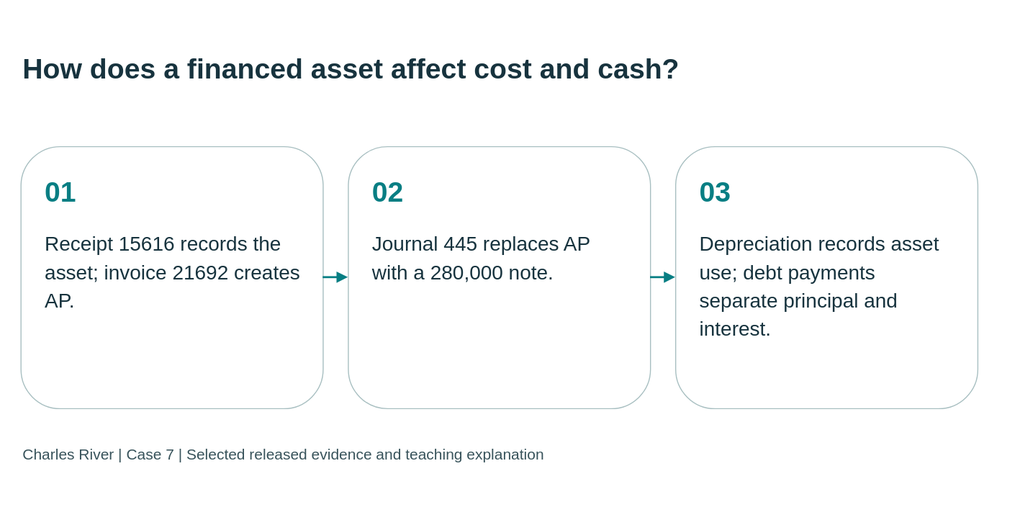
The draw.io diagram static/diagrams/cases/case07-asset.svg in mmcodesso/CharlesRiver_Database, before a commit. Source tidied: cells renumbered, new cells last; positions are measured from the earlier drawing's top-left corner, leaving out a move shared by most shapes. Its diagram source:
```xml
<mxGraphModel background="#f5f5ee">
  <root>
    <mxCell id="0" />
    <mxCell id="1" parent="0" />
    <mxCell id="2" value="How does a financed asset affect cost and cash?" style="text;html=0;strokeColor=none;fillColor=none;align=left;verticalAlign=middle;whiteSpace=wrap;fontSize=28;fontStyle=1;fontColor=#17333e;fontFamily=Arial;" parent="1" vertex="1">
      <mxGeometry width="950" height="95" as="geometry" />
    </mxCell>
    <mxCell id="3" value="&lt;div style=&quot;font-size:28px;color:#087e83;font-weight:bold;margin-bottom:20px&quot;&gt;01&lt;/div&gt;&lt;div style=&quot;font-size:20px;line-height:1.4&quot;&gt;Receipt 15616 records the asset; invoice 21692 creates AP.&lt;/div&gt;" style="rounded=1;whiteSpace=wrap;html=1;fillColor=#ffffff;strokeColor=#a8bfc1;fontColor=#17333e;align=left;verticalAlign=top;spacing=24;fontFamily=Arial;fontSize=20;" parent="1" vertex="1">
      <mxGeometry y="125" width="300" height="260" as="geometry" />
    </mxCell>
    <mxCell id="4" value="&lt;div style=&quot;font-size:28px;color:#087e83;font-weight:bold;margin-bottom:20px&quot;&gt;02&lt;/div&gt;&lt;div style=&quot;font-size:20px;line-height:1.4&quot;&gt;Journal 445 replaces AP with a 280,000 note.&lt;/div&gt;" style="rounded=1;whiteSpace=wrap;html=1;fillColor=#ffffff;strokeColor=#a8bfc1;fontColor=#17333e;align=left;verticalAlign=top;spacing=24;fontFamily=Arial;fontSize=20;" parent="1" vertex="1">
      <mxGeometry x="325" y="125" width="300" height="260" as="geometry" />
    </mxCell>
    <mxCell id="5" value="&lt;div style=&quot;font-size:28px;color:#087e83;font-weight:bold;margin-bottom:20px&quot;&gt;03&lt;/div&gt;&lt;div style=&quot;font-size:20px;line-height:1.4&quot;&gt;Depreciation records asset use; debt payments separate principal and interest.&lt;/div&gt;" style="rounded=1;whiteSpace=wrap;html=1;fillColor=#ffffff;strokeColor=#a8bfc1;fontColor=#17333e;align=left;verticalAlign=top;spacing=24;fontFamily=Arial;fontSize=20;" parent="1" vertex="1">
      <mxGeometry x="650" y="125" width="300" height="260" as="geometry" />
    </mxCell>
    <mxCell id="6" style="edgeStyle=orthogonalEdgeStyle;rounded=0;html=1;endArrow=block;endFill=1;strokeColor=#087e83;strokeWidth=2;" parent="1" edge="1" source="3" target="4">
      <mxGeometry relative="1" as="geometry" />
    </mxCell>
    <mxCell id="7" style="edgeStyle=orthogonalEdgeStyle;rounded=0;html=1;endArrow=block;endFill=1;strokeColor=#087e83;strokeWidth=2;" parent="1" edge="1" source="4" target="5">
      <mxGeometry relative="1" as="geometry" />
    </mxCell>
    <mxCell id="8" value="Charles River | Case 7 | Selected released evidence and teaching explanation" style="text;html=0;strokeColor=none;fillColor=none;align=left;fontSize=15;fontColor=#38535b;fontFamily=Arial;" parent="1" vertex="1">
      <mxGeometry y="415" width="950" height="35" as="geometry" />
    </mxCell>
  </root>
</mxGraphModel>
```
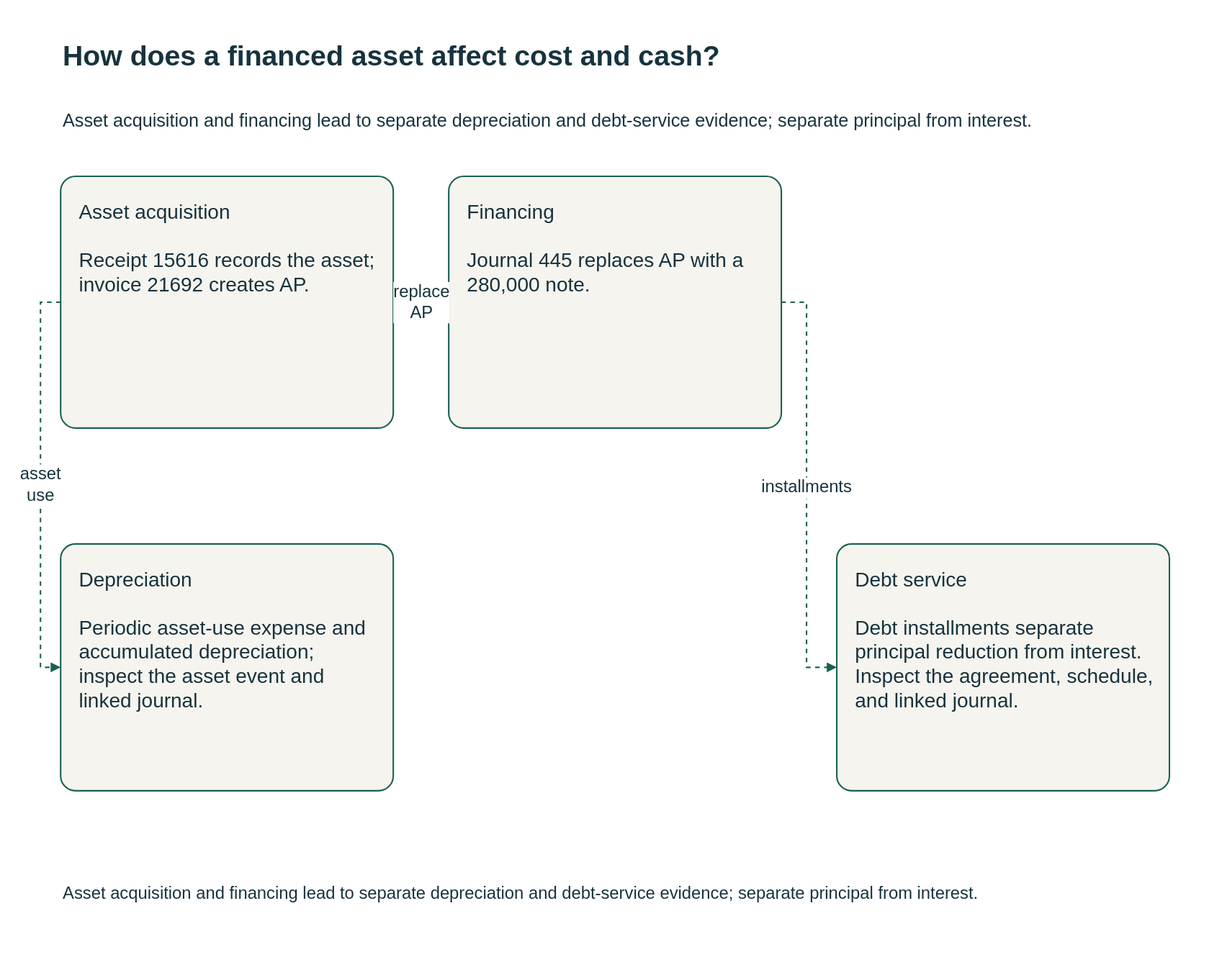
After the change.

The edit, as a diff of the source:
```diff
@@ -1,27 +1,46 @@
-<mxGraphModel background="#f5f5ee">
+<mxGraphModel background="#FFFFFF">
   <root>
     <mxCell id="0" />
     <mxCell id="1" parent="0" />
-    <mxCell id="2" value="How does a financed asset affect cost and cash?" style="text;html=0;strokeColor=none;fillColor=none;align=left;verticalAlign=middle;whiteSpace=wrap;fontSize=28;fontStyle=1;fontColor=#17333e;fontFamily=Arial;" parent="1" vertex="1">
-      <mxGeometry width="950" height="95" as="geometry" />
+    <mxCell id="2" value="How does a financed asset affect cost and cash?" style="html=0;fontFamily=Arial;fontSize=20;fontColor=#17333e;strokeColor=#196252;strokeWidth=1.5;whiteSpace=wrap;text;strokeColor=none;fillColor=none;align=left;verticalAlign=middle;fontSize=28;fontStyle=1;" parent="1" vertex="1">
+      <mxGeometry y="-10" width="1110" height="70" as="geometry" />
     </mxCell>
+    <mxCell id="9" value="Asset acquisition and financing lead to separate depreciation and debt-service evidence; separate principal from interest." style="html=0;fontFamily=Arial;fontSize=20;fontColor=#17333e;strokeColor=#196252;strokeWidth=1.5;whiteSpace=wrap;text;strokeColor=none;fillColor=none;align=left;verticalAlign=middle;fontSize=18;fontStyle=0;" parent="1" vertex="1">
+      <mxGeometry y="62" width="1110" height="55" as="geometry" />
+    </mxCell>
-    <mxCell id="3" value="&lt;div style=&quot;font-size:28px;color:#087e83;font-weight:bold;margin-bottom:20px&quot;&gt;01&lt;/div&gt;&lt;div style=&quot;font-size:20px;line-height:1.4&quot;&gt;Receipt 15616 records the asset; invoice 21692 creates AP.&lt;/div&gt;" style="rounded=1;whiteSpace=wrap;html=1;fillColor=#ffffff;strokeColor=#a8bfc1;fontColor=#17333e;align=left;verticalAlign=top;spacing=24;fontFamily=Arial;fontSize=20;" parent="1" vertex="1">
-      <mxGeometry y="125" width="300" height="260" as="geometry" />
+    <mxCell id="3" value="Asset acquisition&#10;&#10;Receipt 15616 records the asset; invoice 21692 creates AP." style="html=0;fontFamily=Arial;fontSize=20;fontColor=#17333e;strokeColor=#196252;strokeWidth=1.5;whiteSpace=wrap;rounded=1;arcSize=6;fillColor=#f6f4ee;align=left;verticalAlign=top;spacing=18;" parent="1" vertex="1">
+      <mxGeometry y="145" width="330" height="250" as="geometry" />
     </mxCell>
-    <mxCell id="4" value="&lt;div style=&quot;font-size:28px;color:#087e83;font-weight:bold;margin-bottom:20px&quot;&gt;02&lt;/div&gt;&lt;div style=&quot;font-size:20px;line-height:1.4&quot;&gt;Journal 445 replaces AP with a 280,000 note.&lt;/div&gt;" style="rounded=1;whiteSpace=wrap;html=1;fillColor=#ffffff;strokeColor=#a8bfc1;fontColor=#17333e;align=left;verticalAlign=top;spacing=24;fontFamily=Arial;fontSize=20;" parent="1" vertex="1">
-      <mxGeometry x="325" y="125" width="300" height="260" as="geometry" />
+    <mxCell id="4" value="Financing&#10;&#10;Journal 445 replaces AP with a 280,000 note." style="html=0;fontFamily=Arial;fontSize=20;fontColor=#17333e;strokeColor=#196252;strokeWidth=1.5;whiteSpace=wrap;rounded=1;arcSize=6;fillColor=#f6f4ee;align=left;verticalAlign=top;spacing=18;" parent="1" vertex="1">
+      <mxGeometry x="385" y="145" width="330" height="250" as="geometry" />
     </mxCell>
-    <mxCell id="5" value="&lt;div style=&quot;font-size:28px;color:#087e83;font-weight:bold;margin-bottom:20px&quot;&gt;03&lt;/div&gt;&lt;div style=&quot;font-size:20px;line-height:1.4&quot;&gt;Depreciation records asset use; debt payments separate principal and interest.&lt;/div&gt;" style="rounded=1;whiteSpace=wrap;html=1;fillColor=#ffffff;strokeColor=#a8bfc1;fontColor=#17333e;align=left;verticalAlign=top;spacing=24;fontFamily=Arial;fontSize=20;" parent="1" vertex="1">
-      <mxGeometry x="650" y="125" width="300" height="260" as="geometry" />
+    <mxCell id="5" value="Depreciation&#10;&#10;Periodic asset-use expense and accumulated depreciation; inspect the asset event and linked journal." style="html=0;fontFamily=Arial;fontSize=20;fontColor=#17333e;strokeColor=#196252;strokeWidth=1.5;whiteSpace=wrap;rounded=1;arcSize=6;fillColor=#f6f4ee;align=left;verticalAlign=top;spacing=18;" parent="1" vertex="1">
+      <mxGeometry y="510" width="330" height="245" as="geometry" />
     </mxCell>
+    <mxCell id="10" value="Debt service&#10;&#10;Debt installments separate principal reduction from interest. Inspect the agreement, schedule, and linked journal." style="html=0;fontFamily=Arial;fontSize=20;fontColor=#17333e;strokeColor=#196252;strokeWidth=1.5;whiteSpace=wrap;rounded=1;arcSize=6;fillColor=#f6f4ee;align=left;verticalAlign=top;spacing=18;" parent="1" vertex="1">
+      <mxGeometry x="770" y="510" width="330" height="245" as="geometry" />
+    </mxCell>
-    <mxCell id="6" style="edgeStyle=orthogonalEdgeStyle;rounded=0;html=1;endArrow=block;endFill=1;strokeColor=#087e83;strokeWidth=2;" parent="1" edge="1" source="3" target="4">
+    <mxCell id="6" value="replace AP" style="html=0;fontFamily=Arial;fontSize=20;fontColor=#17333e;strokeColor=#196252;strokeWidth=1.5;whiteSpace=wrap;edgeStyle=orthogonalEdgeStyle;rounded=0;fillColor=none;fontSize=17;labelBackgroundColor=#FFFFFF;startArrow=none;endArrow=block;endFill=1;dashed=1;exitX=1;exitY=0.5;entryX=0;entryY=0.5;" parent="1" edge="1" source="3" target="4">
       <mxGeometry relative="1" as="geometry" />
     </mxCell>
-    <mxCell id="7" style="edgeStyle=orthogonalEdgeStyle;rounded=0;html=1;endArrow=block;endFill=1;strokeColor=#087e83;strokeWidth=2;" parent="1" edge="1" source="4" target="5">
-      <mxGeometry relative="1" as="geometry" />
-    </mxCell>
+    <mxCell id="11" value="asset use" style="html=0;fontFamily=Arial;fontSize=20;fontColor=#17333e;strokeColor=#196252;strokeWidth=1.5;whiteSpace=wrap;edgeStyle=orthogonalEdgeStyle;rounded=0;fillColor=none;fontSize=17;labelBackgroundColor=#FFFFFF;startArrow=none;endArrow=block;endFill=1;dashed=1;exitX=0;exitY=0.5;entryX=0;entryY=0.5;" parent="1" edge="1" source="3" target="5">
+      <mxGeometry relative="1" as="geometry">
+        <Array as="points">
+          <mxPoint x="-20" y="270" />
+          <mxPoint x="-20" y="632" />
+        </Array>
+      </mxGeometry>
+    </mxCell>
+    <mxCell id="12" value="installments" style="html=0;fontFamily=Arial;fontSize=20;fontColor=#17333e;strokeColor=#196252;strokeWidth=1.5;whiteSpace=wrap;edgeStyle=orthogonalEdgeStyle;rounded=0;fillColor=none;fontSize=17;labelBackgroundColor=#FFFFFF;startArrow=none;endArrow=block;endFill=1;dashed=1;exitX=1;exitY=0.5;entryX=0;entryY=0.5;" parent="1" edge="1" source="4" target="10">
+      <mxGeometry relative="1" as="geometry">
+        <Array as="points">
+          <mxPoint x="740" y="270" />
+          <mxPoint x="740" y="632" />
+        </Array>
+      </mxGeometry>
+    </mxCell>
-    <mxCell id="8" value="Charles River | Case 7 | Selected released evidence and teaching explanation" style="text;html=0;strokeColor=none;fillColor=none;align=left;fontSize=15;fontColor=#38535b;fontFamily=Arial;" parent="1" vertex="1">
-      <mxGeometry y="415" width="950" height="35" as="geometry" />
+    <mxCell id="8" value="Asset acquisition and financing lead to separate depreciation and debt-service evidence; separate principal from interest." style="html=0;fontFamily=Arial;fontSize=20;fontColor=#17333e;strokeColor=#196252;strokeWidth=1.5;whiteSpace=wrap;text;strokeColor=none;fillColor=none;align=left;verticalAlign=middle;fontSize=17;fontStyle=0;" parent="1" vertex="1">
+      <mxGeometry y="827" width="1110" height="60" as="geometry" />
     </mxCell>
   </root>
 </mxGraphModel>
```
